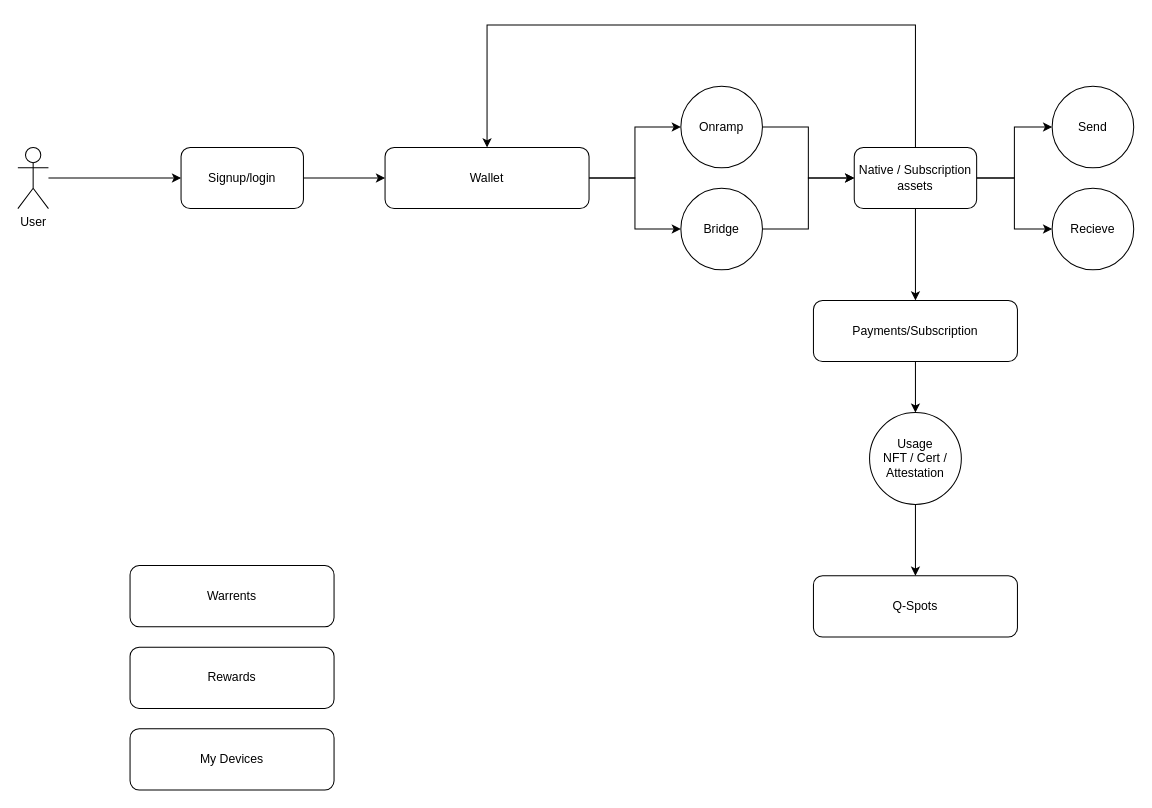
This is Quantinium-user-journey.drawio from ali-05-ahmed/Concept-Diagrams, a draw.io file, before an edit. Source tidied: cells renumbered, new cells numbered last; positions are measured from the earlier drawing's top-left corner, leaving out a move shared by most shapes. Both pictures are drawn from the tidied source at 102%, with x=0, y=0 at pixel (17, 24).
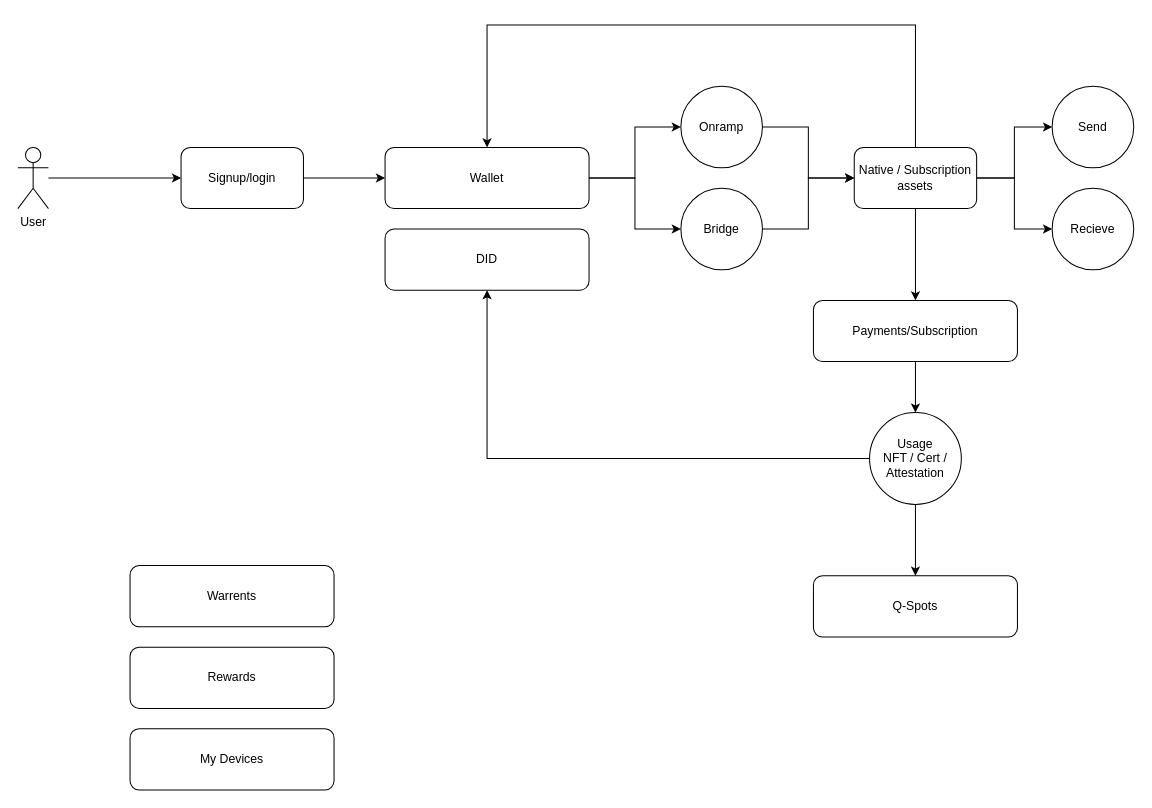
The same page after the edit.

The change refers to these unchanged cells:
```xml
<mxCell id="27" value="Usage&lt;br&gt;NFT / Cert / Attestation" style="ellipse;whiteSpace=wrap;html=1;" parent="1" vertex="1">
  <mxGeometry x="835" y="380" width="90" height="90" as="geometry" />
</mxCell>
```

The edit, as a diff of the source:
```diff
@@
+    <mxCell id="28" style="edgeStyle=orthogonalEdgeStyle;rounded=0;jettySize=auto;html=1;entryX=0.5;entryY=1;entryDx=0;entryDy=0;" parent="1" edge="1" source="27" target="29">
+      <mxGeometry relative="1" as="geometry" />
+    </mxCell>
@@
+    <mxCell id="29" value="DID" style="rounded=1;whiteSpace=wrap;html=1;" parent="1" vertex="1">
+      <mxGeometry x="360" y="200" width="200" height="60" as="geometry" />
+    </mxCell>
```
